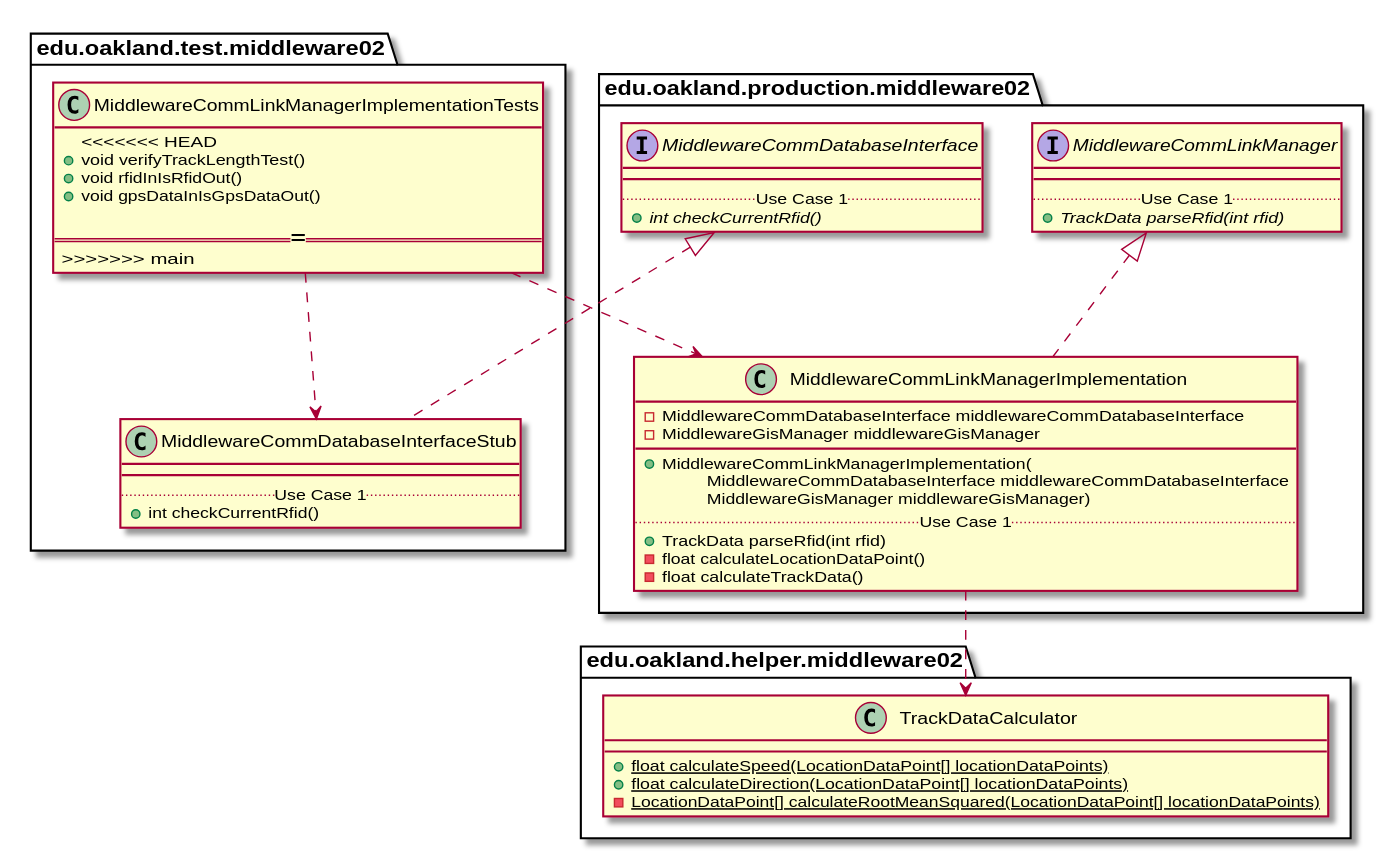
Above: docs/uml-class-diagrams/middleware02/test/MiddlewareCommLinkManagerImplementationTests/MiddlewareCommLinkManagerImplementationTests_Closure.svg in andrewdimmer/csi-3370-software-project (PlantUML), before the change.
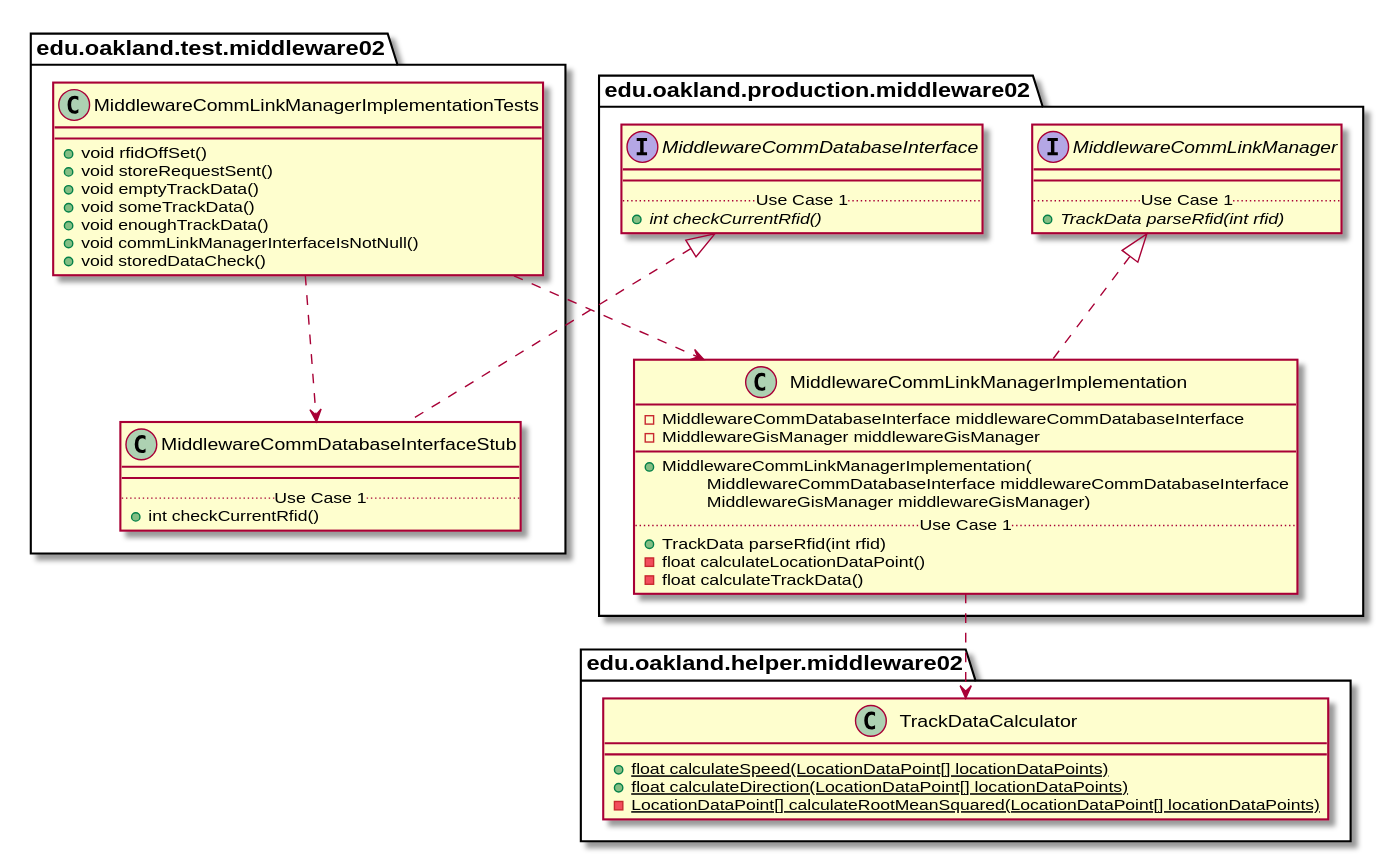
After the commit.

Diff of the diagram source:
```diff
@@ -3,13 +3,13 @@
 
 package edu.oakland.test.middleware02 {
     class MiddlewareCommLinkManagerImplementationTests {
-<<<<<<< HEAD
-      + void verifyTrackLengthTest()
-      + void rfidInIsRfidOut()
-      + void gpsDataInIsGpsDataOut()
-
-=======
->>>>>>> main
+        + void rfidOffSet()
+        + void storeRequestSent()
+        + void emptyTrackData()
+        + void someTrackData()
+        + void enoughTrackData()
+        + void commLinkManagerInterfaceIsNotNull()
+        + void storedDataCheck()
     }
 }
 
```
